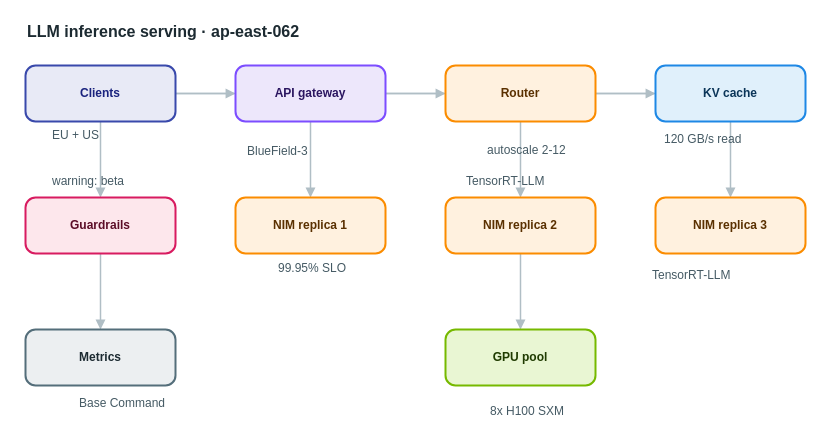
AryanG01/open-apprentice keeps this draw.io diagram as apps/web/public/samples/library/062-llm-inference-serving.drawio. Above is the earlier version. Source tidied: cells renumbered, new cells numbered last; positions are measured from the earlier drawing's top-left corner, leaving out a move shared by most shapes. Both pictures are drawn from the tidied source at 100%, with x=0, y=0 at pixel (25, 17).
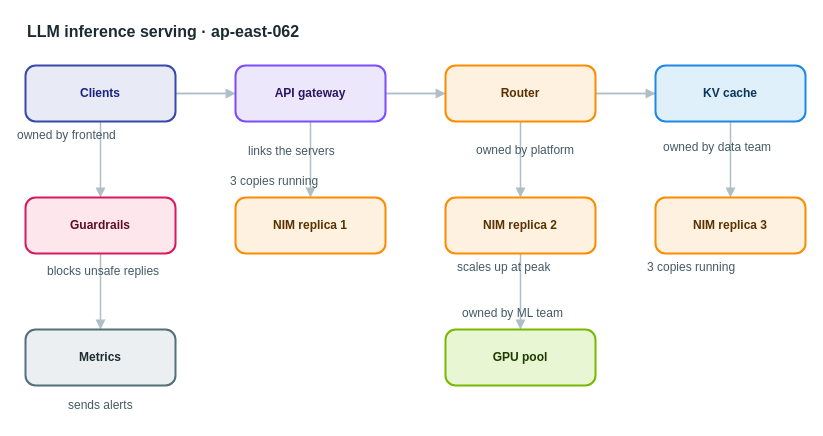
The same diagram, later.

The edit, as a diff of the source:
```diff
@@
-    <mxCell id="22" value="EU + US" style="text;html=1;align=left;verticalAlign=top;whiteSpace=nowrap;spacing=0;spacingTop=0;strokeColor=none;fillColor=none;fontSize=12;fontColor=#455a64;" parent="1" vertex="1">
-      <mxGeometry x="27" y="106" width="61" height="20" as="geometry" />
+    <mxCell id="22" value="owned by frontend" style="text;html=1;align=left;verticalAlign=top;whiteSpace=nowrap;spacing=0;spacingTop=0;strokeColor=none;fillColor=none;fontSize=12;fontColor=#455a64;" parent="1" vertex="1">
+      <mxGeometry x="-8" y="106" width="131" height="20" as="geometry" />
     </mxCell>
-    <mxCell id="23" value="BlueField-3" style="text;html=1;align=left;verticalAlign=top;whiteSpace=nowrap;spacing=0;spacingTop=0;strokeColor=none;fillColor=none;fontSize=12;fontColor=#455a64;" parent="1" vertex="1">
-      <mxGeometry x="222" y="122" width="89" height="20" as="geometry" />
+    <mxCell id="23" value="links the servers" style="text;html=1;align=left;verticalAlign=top;whiteSpace=nowrap;spacing=0;spacingTop=0;strokeColor=none;fillColor=none;fontSize=12;fontColor=#455a64;" parent="1" vertex="1">
+      <mxGeometry x="223" y="122" width="131" height="20" as="geometry" />
     </mxCell>
-    <mxCell id="24" value="autoscale 2-12" style="text;html=1;align=left;verticalAlign=top;whiteSpace=nowrap;spacing=0;spacingTop=0;strokeColor=none;fillColor=none;fontSize=12;fontColor=#455a64;" parent="1" vertex="1">
-      <mxGeometry x="462" y="121" width="110" height="20" as="geometry" />
+    <mxCell id="24" value="owned by platform" style="text;html=1;align=left;verticalAlign=top;whiteSpace=nowrap;spacing=0;spacingTop=0;strokeColor=none;fillColor=none;fontSize=12;fontColor=#455a64;" parent="1" vertex="1">
+      <mxGeometry x="451" y="121" width="131" height="20" as="geometry" />
     </mxCell>
-    <mxCell id="25" value="99.95% SLO" style="text;html=1;align=left;verticalAlign=top;whiteSpace=nowrap;spacing=0;spacingTop=0;strokeColor=none;fillColor=none;fontSize=12;fontColor=#455a64;" parent="1" vertex="1">
-      <mxGeometry x="253" y="239" width="82" height="20" as="geometry" />
+    <mxCell id="25" value="3 copies running" style="text;html=1;align=left;verticalAlign=top;whiteSpace=nowrap;spacing=0;spacingTop=0;strokeColor=none;fillColor=none;fontSize=12;fontColor=#455a64;" parent="1" vertex="1">
+      <mxGeometry x="205" y="152" width="124" height="20" as="geometry" />
     </mxCell>
-    <mxCell id="26" value="TensorRT-LLM" style="text;html=1;align=left;verticalAlign=top;whiteSpace=nowrap;spacing=0;spacingTop=0;strokeColor=none;fillColor=none;fontSize=12;fontColor=#455a64;" parent="1" vertex="1">
-      <mxGeometry x="441" y="152" width="96" height="20" as="geometry" />
+    <mxCell id="26" value="scales up at peak" style="text;html=1;align=left;verticalAlign=top;whiteSpace=nowrap;spacing=0;spacingTop=0;strokeColor=none;fillColor=none;fontSize=12;fontColor=#455a64;" parent="1" vertex="1">
+      <mxGeometry x="432" y="238" width="131" height="20" as="geometry" />
     </mxCell>
-    <mxCell id="27" value="TensorRT-LLM" style="text;html=1;align=left;verticalAlign=top;whiteSpace=nowrap;spacing=0;spacingTop=0;strokeColor=none;fillColor=none;fontSize=12;fontColor=#455a64;" parent="1" vertex="1">
-      <mxGeometry x="627" y="246" width="96" height="20" as="geometry" />
+    <mxCell id="27" value="3 copies running" style="text;html=1;align=left;verticalAlign=top;whiteSpace=nowrap;spacing=0;spacingTop=0;strokeColor=none;fillColor=none;fontSize=12;fontColor=#455a64;" parent="1" vertex="1">
+      <mxGeometry x="622" y="238" width="124" height="20" as="geometry" />
     </mxCell>
-    <mxCell id="28" value="120 GB/s read" style="text;html=1;align=left;verticalAlign=top;whiteSpace=nowrap;spacing=0;spacingTop=0;strokeColor=none;fillColor=none;fontSize=12;fontColor=#455a64;" parent="1" vertex="1">
-      <mxGeometry x="639" y="110" width="103" height="20" as="geometry" />
+    <mxCell id="28" value="owned by data team" style="text;html=1;align=left;verticalAlign=top;whiteSpace=nowrap;spacing=0;spacingTop=0;strokeColor=none;fillColor=none;fontSize=12;fontColor=#455a64;" parent="1" vertex="1">
+      <mxGeometry x="638" y="118" width="138" height="20" as="geometry" />
     </mxCell>
-    <mxCell id="29" value="8x H100 SXM" style="text;html=1;align=left;verticalAlign=top;whiteSpace=nowrap;spacing=0;spacingTop=0;strokeColor=none;fillColor=none;fontSize=12;fontColor=#455a64;" parent="1" vertex="1">
-      <mxGeometry x="465" y="382" width="89" height="20" as="geometry" />
+    <mxCell id="29" value="owned by ML team" style="text;html=1;align=left;verticalAlign=top;whiteSpace=nowrap;spacing=0;spacingTop=0;strokeColor=none;fillColor=none;fontSize=12;fontColor=#455a64;" parent="1" vertex="1">
+      <mxGeometry x="437" y="284" width="124" height="20" as="geometry" />
     </mxCell>
-    <mxCell id="30" value="warning: beta" style="text;html=1;align=left;verticalAlign=top;whiteSpace=nowrap;spacing=0;spacingTop=0;strokeColor=none;fillColor=none;fontSize=12;fontColor=#455a64;" parent="1" vertex="1">
-      <mxGeometry x="27" y="152" width="103" height="20" as="geometry" />
+    <mxCell id="30" value="blocks unsafe replies" style="text;html=1;align=left;verticalAlign=top;whiteSpace=nowrap;spacing=0;spacingTop=0;strokeColor=none;fillColor=none;fontSize=12;fontColor=#455a64;" parent="1" vertex="1">
+      <mxGeometry x="22" y="242" width="159" height="20" as="geometry" />
     </mxCell>
-    <mxCell id="31" value="Base Command" style="text;html=1;align=left;verticalAlign=top;whiteSpace=nowrap;spacing=0;spacingTop=0;strokeColor=none;fillColor=none;fontSize=12;fontColor=#455a64;" parent="1" vertex="1">
-      <mxGeometry x="54" y="374" width="96" height="20" as="geometry" />
+    <mxCell id="31" value="sends alerts" style="text;html=1;align=left;verticalAlign=top;whiteSpace=nowrap;spacing=0;spacingTop=0;strokeColor=none;fillColor=none;fontSize=12;fontColor=#455a64;" parent="1" vertex="1">
+      <mxGeometry x="43" y="376" width="96" height="20" as="geometry" />
     </mxCell>
```
